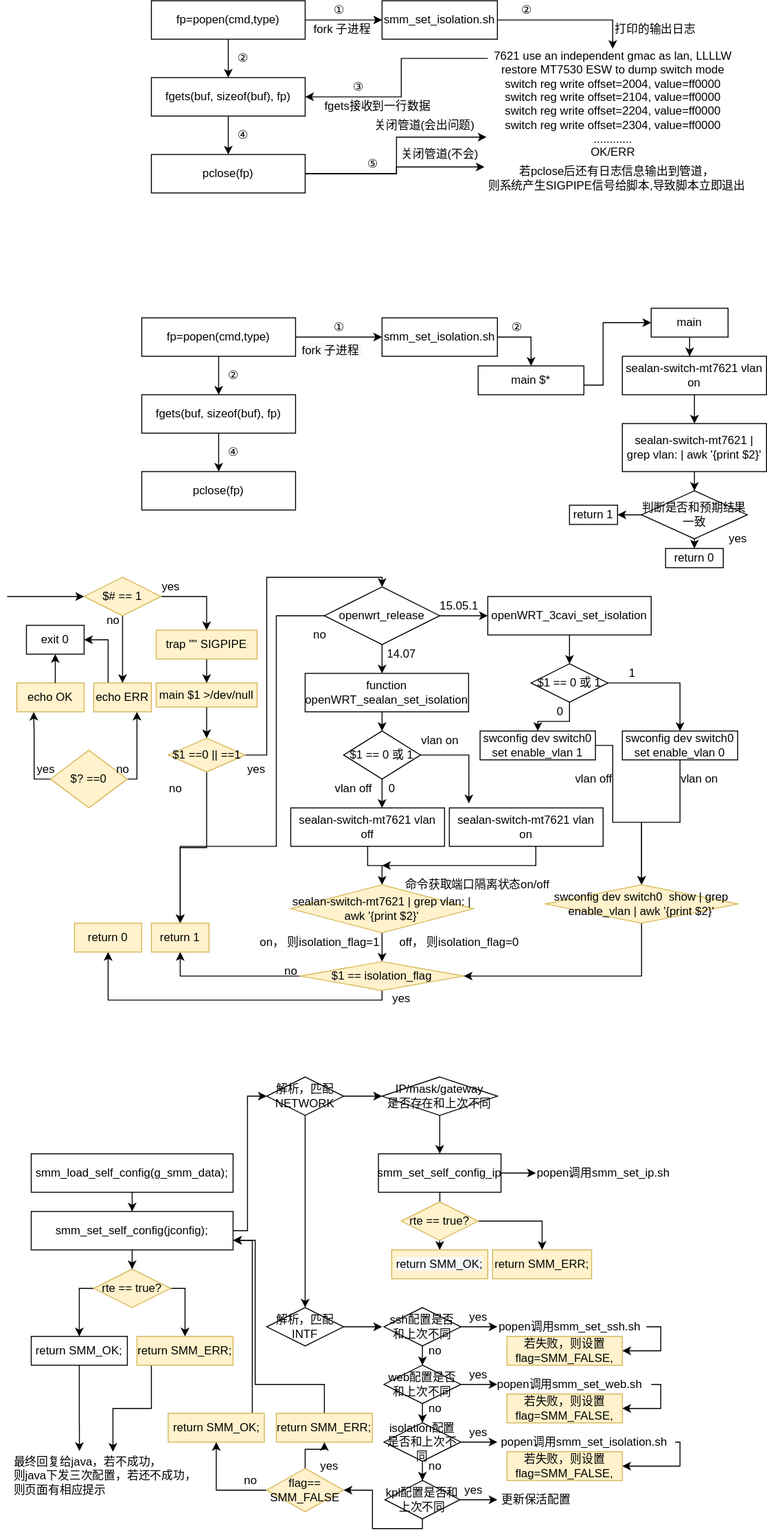
Before: drag_demo/popen_isolation.svg, a diagram exported from draw.io (Archive-ch/Web_Demo). Source tidied: cells renumbered, new cells last; positions are measured from the earlier drawing's top-left corner, leaving out a move shared by most shapes.
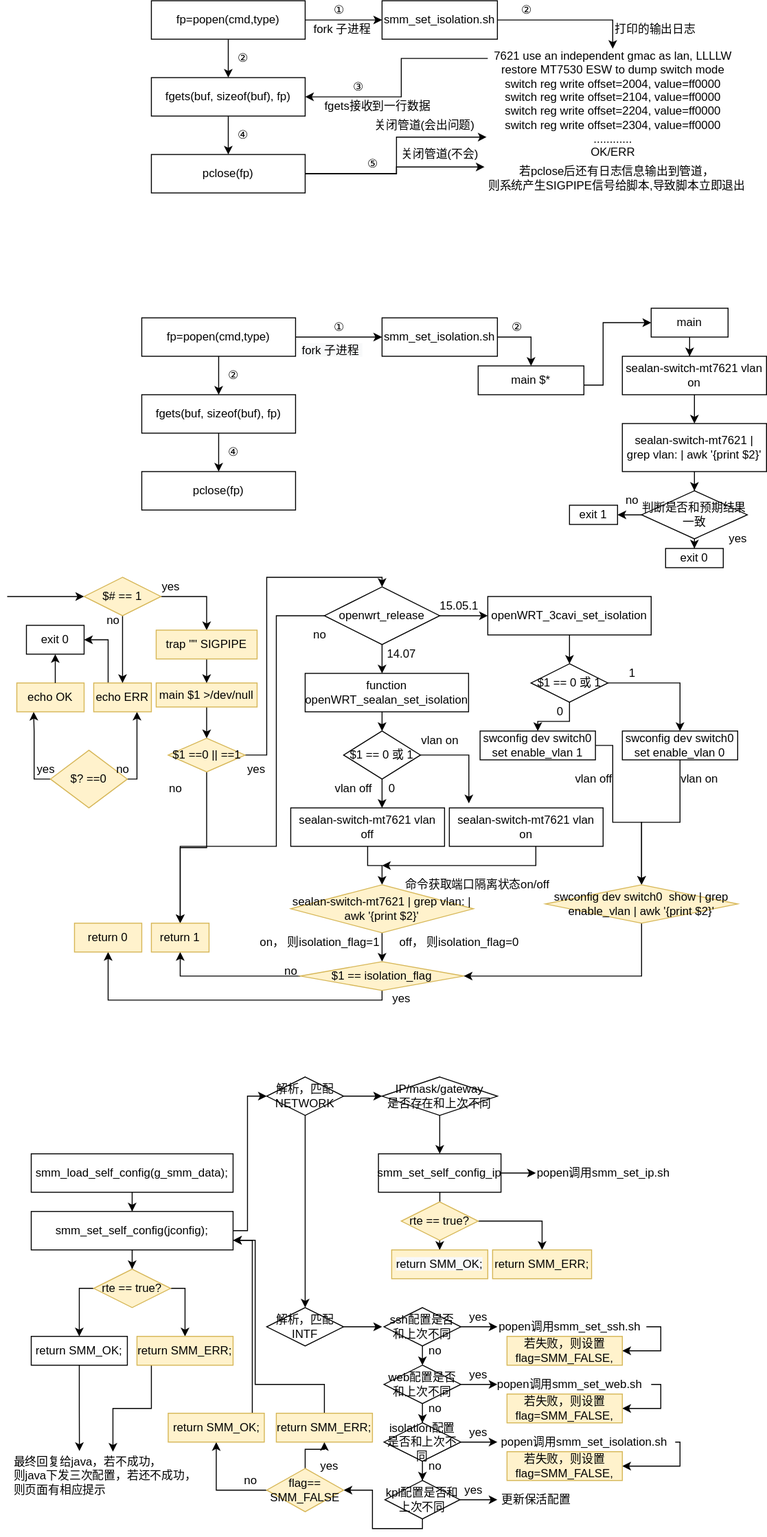
The same file after the commit.

Diff of the diagram source:
```diff
@@ -749,11 +749,14 @@
     <mxCell id="188" value="&lt;span style=&quot;color: rgb(0, 0, 0); font-family: helvetica; font-size: 12px; font-style: normal; font-weight: 400; letter-spacing: normal; text-align: center; text-indent: 0px; text-transform: none; word-spacing: 0px; background-color: rgb(248, 249, 250); display: inline; float: none;&quot;&gt;fork 子进程&amp;nbsp;&lt;/span&gt;" style="text;whiteSpace=wrap;html=1;" parent="1" vertex="1">
       <mxGeometry x="305" y="350" width="90" height="30" as="geometry" />
     </mxCell>
-    <mxCell id="189" value="&lt;span style=&quot;&quot;&gt;return 0&lt;/span&gt;" style="whiteSpace=wrap;html=1;align=center;" parent="1" vertex="1">
+    <mxCell id="189" value="&lt;span&gt;exit 0&lt;/span&gt;" style="whiteSpace=wrap;html=1;align=center;" parent="1" vertex="1">
       <mxGeometry x="685" y="570" width="60" height="20" as="geometry" />
     </mxCell>
-    <mxCell id="190" value="return 1" style="whiteSpace=wrap;html=1;align=center;" parent="1" vertex="1">
+    <mxCell id="190" value="exit 1" style="whiteSpace=wrap;html=1;align=center;" parent="1" vertex="1">
       <mxGeometry x="585" y="525" width="50" height="20" as="geometry" />
     </mxCell>
+    <mxCell id="191" value="no" style="text;html=1;align=center;verticalAlign=middle;" parent="1" vertex="1">
+      <mxGeometry x="635" y="510" width="30" height="20" as="geometry" />
+    </mxCell>
   </root>
 </mxGraphModel>
```
